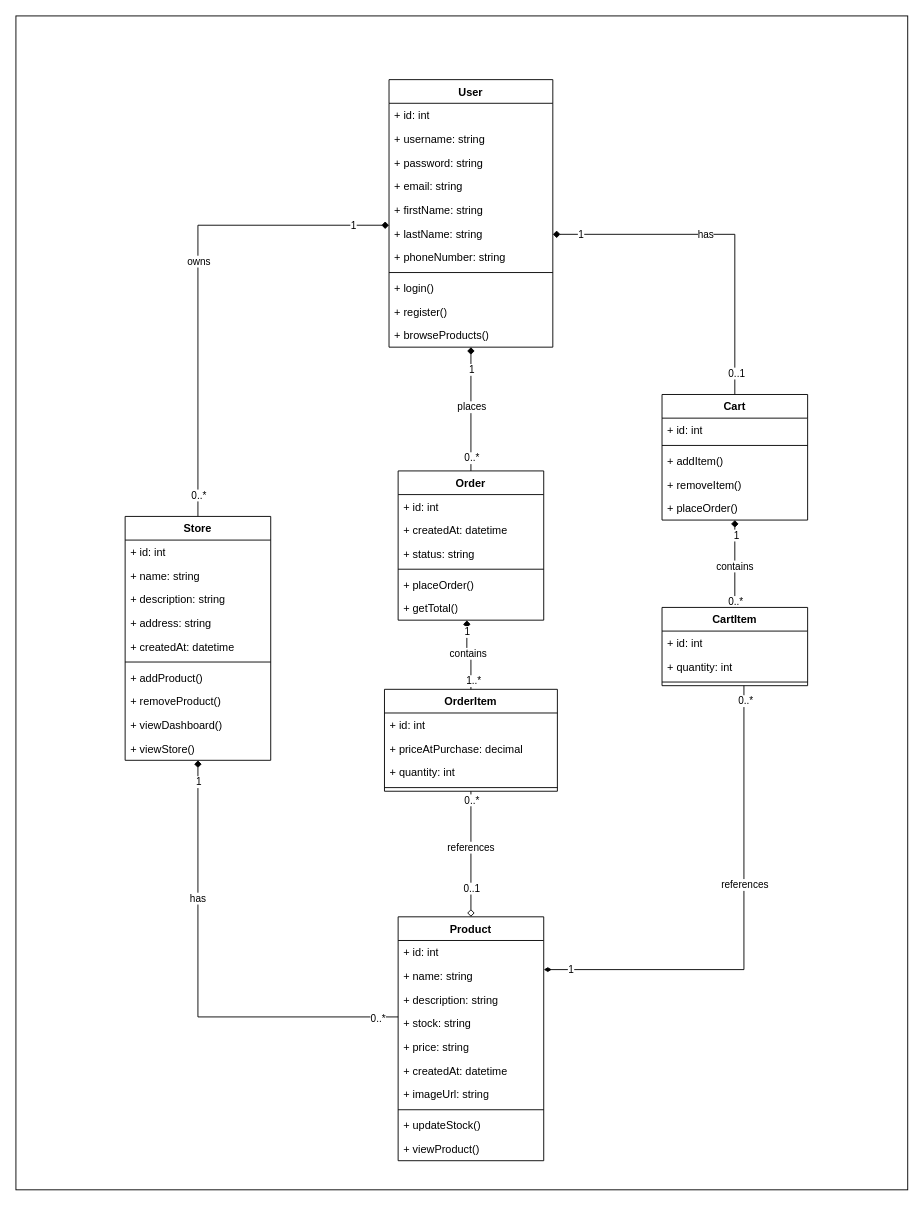
This is page "Class Diagram" (2 of 2) of E-Commerce API Use-case diagram.drawio from RHILIUS/drawio, a draw.io file, before an edit. Source tidied: cells renumbered, new cells numbered last; positions are measured from the earlier drawing's top-left corner, leaving out a move shared by most shapes. Both pictures are drawn from the tidied source at 91%, with x=0, y=0 at pixel (15, 15).
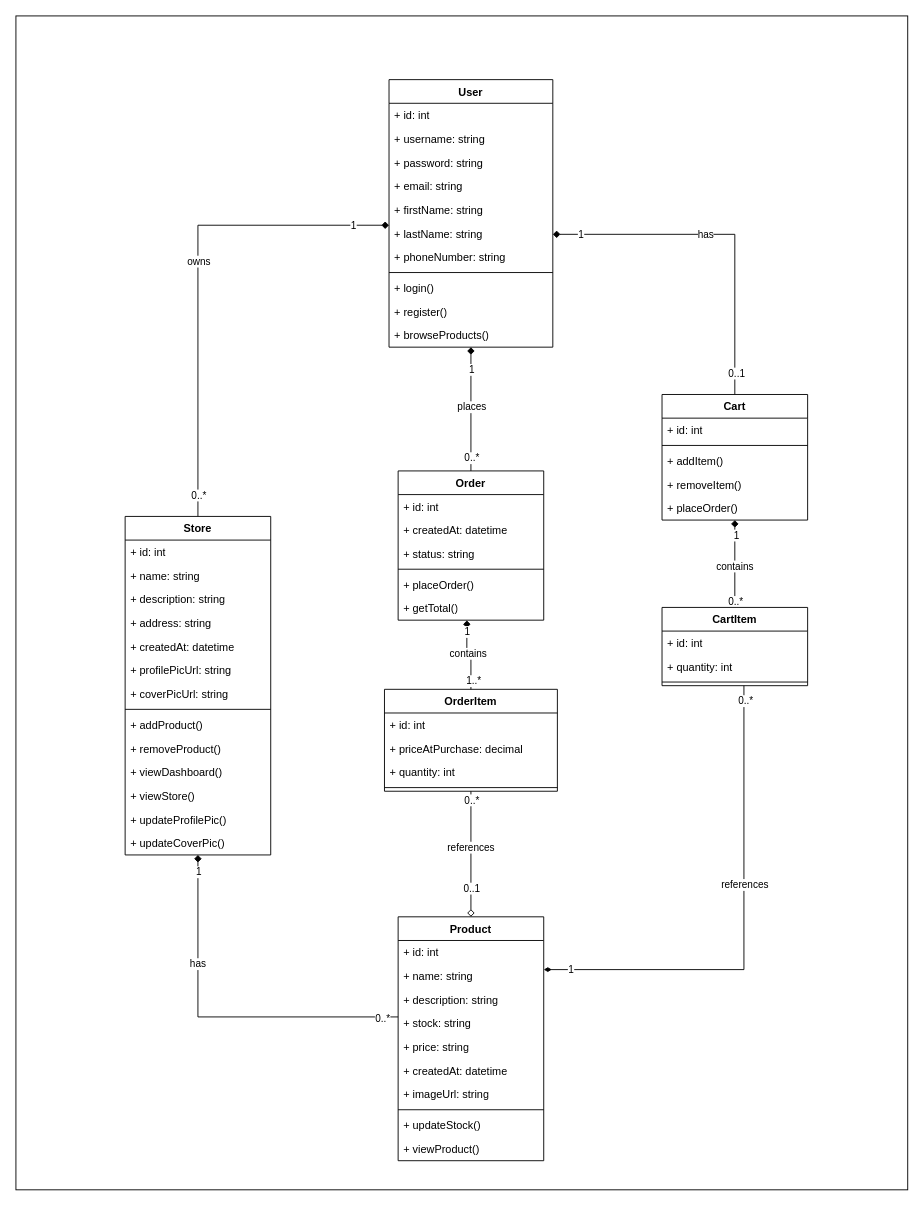
The same diagram, later.

What changed in the source:
```diff
@@
     <mxCell id="80" value="Store" style="swimlane;fontStyle=1;align=center;verticalAlign=top;horizontal=1;startSize=26;whiteSpace=wrap;html=1;" parent="1" vertex="1">
-      <mxGeometry x="120" y="550" width="160" height="268" as="geometry" />
+      <mxGeometry x="120" y="550" width="160" height="372" as="geometry" />
     </mxCell>
@@
+    <mxCell id="91" value="+ profilePicUrl: string" style="text;strokeColor=none;fillColor=none;align=left;verticalAlign=top;spacingLeft=4;spacingRight=4;overflow=hidden;whiteSpace=wrap;html=1;" parent="80" vertex="1">
+      <mxGeometry y="156" width="160" height="26" as="geometry" />
+    </mxCell>
+    <mxCell id="92" value="+ coverPicUrl: string" style="text;strokeColor=none;fillColor=none;align=left;verticalAlign=top;spacingLeft=4;spacingRight=4;overflow=hidden;whiteSpace=wrap;html=1;" parent="80" vertex="1">
+      <mxGeometry y="182" width="160" height="26" as="geometry" />
+    </mxCell>
     <mxCell id="86" style="line;strokeWidth=1;fillColor=none;align=left;verticalAlign=middle;spacingTop=-1;spacingLeft=3;spacingRight=3;labelPosition=right;strokeColor=inherit;" parent="80" vertex="1">
-      <mxGeometry y="156" width="160" height="8" as="geometry" />
+      <mxGeometry y="208" width="160" height="8" as="geometry" />
     </mxCell>
     <mxCell id="87" value="+ addProduct()" style="text;strokeColor=none;fillColor=none;align=left;verticalAlign=top;spacingLeft=4;spacingRight=4;overflow=hidden;whiteSpace=wrap;html=1;" parent="80" vertex="1">
-      <mxGeometry y="164" width="160" height="26" as="geometry" />
+      <mxGeometry y="216" width="160" height="26" as="geometry" />
     </mxCell>
     <mxCell id="88" value="+ removeProduct()" style="text;strokeColor=none;fillColor=none;align=left;verticalAlign=top;spacingLeft=4;spacingRight=4;overflow=hidden;whiteSpace=wrap;html=1;" parent="80" vertex="1">
-      <mxGeometry y="190" width="160" height="26" as="geometry" />
+      <mxGeometry y="242" width="160" height="26" as="geometry" />
     </mxCell>
     <mxCell id="89" value="+ viewDashboard()" style="text;strokeColor=none;fillColor=none;align=left;verticalAlign=top;spacingLeft=4;spacingRight=4;overflow=hidden;whiteSpace=wrap;html=1;" parent="80" vertex="1">
-      <mxGeometry y="216" width="160" height="26" as="geometry" />
+      <mxGeometry y="268" width="160" height="26" as="geometry" />
     </mxCell>
     <mxCell id="90" value="+ viewStore()" style="text;strokeColor=none;fillColor=none;align=left;verticalAlign=top;spacingLeft=4;spacingRight=4;overflow=hidden;whiteSpace=wrap;html=1;" parent="80" vertex="1">
-      <mxGeometry y="242" width="160" height="26" as="geometry" />
+      <mxGeometry y="294" width="160" height="26" as="geometry" />
     </mxCell>
+    <mxCell id="93" value="+ updateProfilePic()" style="text;strokeColor=none;fillColor=none;align=left;verticalAlign=top;spacingLeft=4;spacingRight=4;overflow=hidden;whiteSpace=wrap;html=1;" parent="80" vertex="1">
+      <mxGeometry y="320" width="160" height="26" as="geometry" />
+    </mxCell>
+    <mxCell id="94" value="+ updateCoverPic()" style="text;strokeColor=none;fillColor=none;align=left;verticalAlign=top;spacingLeft=4;spacingRight=4;overflow=hidden;whiteSpace=wrap;html=1;" parent="80" vertex="1">
+      <mxGeometry y="346" width="160" height="26" as="geometry" />
+    </mxCell>
```
